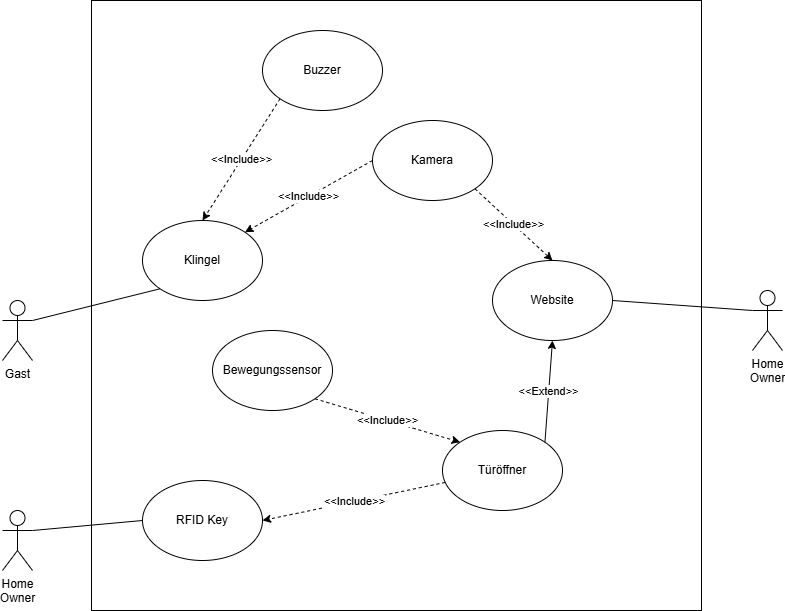
This is UseCase Diagramm.drawio.png from JustJ4Y/PI-SPACE-H-SECURITY, a draw.io export, as it was before one commit. Source tidied: cells renumbered, new cells last; positions are measured from the earlier drawing's top-left corner, leaving out a move shared by most shapes.
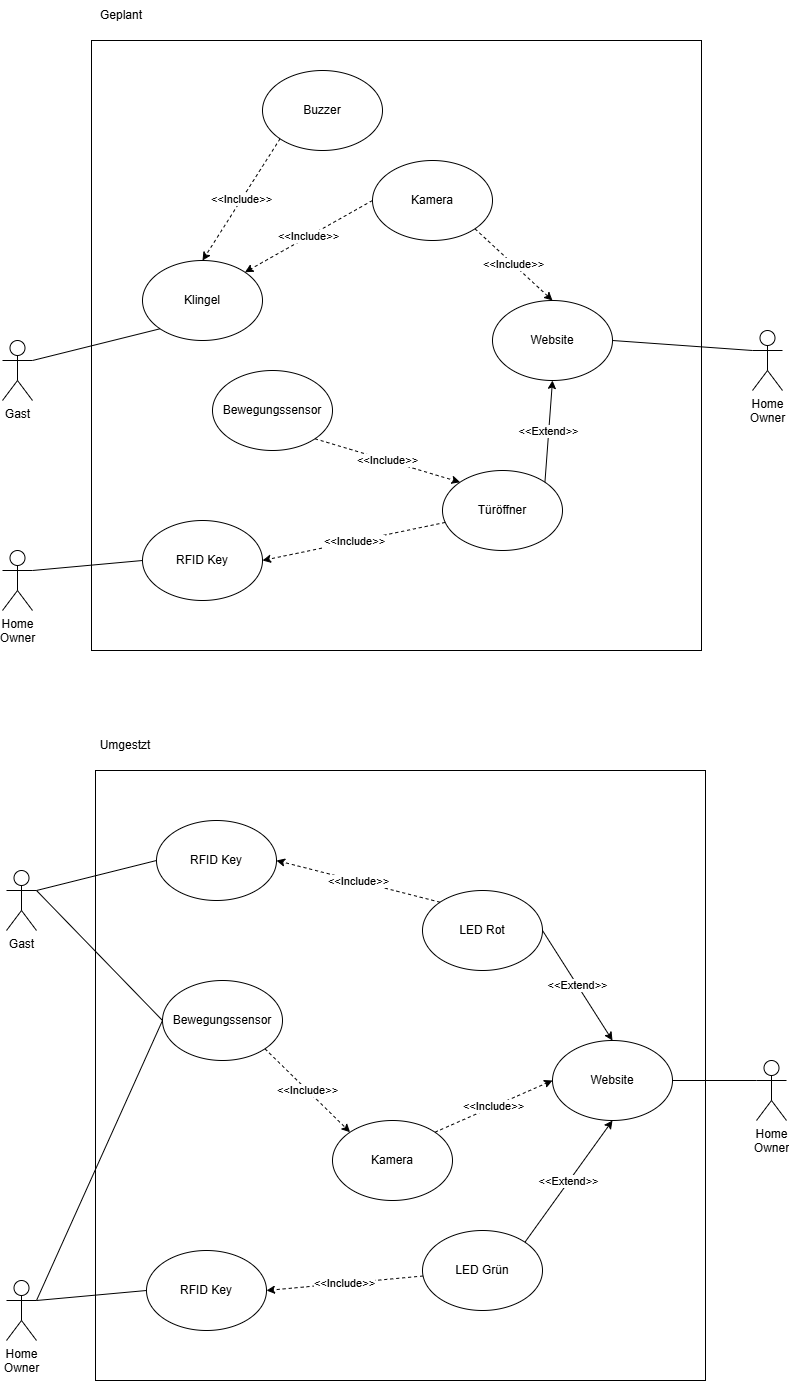
Above is the later version.

Change to the diagram source:
```diff
@@ -62,5 +62,77 @@
     <mxCell id="21" style="endArrow=none;html=1;rounded=0;exitX=1;exitY=0.3333333333333333;exitDx=0;exitDy=0;exitPerimeter=0;entryX=0;entryY=0.5;entryDx=0;entryDy=0;" parent="1" edge="1" source="18" target="19">
       <mxGeometry relative="1" as="geometry" />
     </mxCell>
+    <mxCell id="22" value="Geplant" style="text;html=1;whiteSpace=wrap;strokeColor=none;fillColor=none;align=center;verticalAlign=middle;rounded=0;" parent="1" vertex="1">
+      <mxGeometry x="89" y="-40" width="60" height="30" as="geometry" />
+    </mxCell>
+    <mxCell id="23" style="whiteSpace=wrap;html=1;" parent="1" vertex="1">
+      <mxGeometry x="93" y="730" width="610" height="610" as="geometry" />
+    </mxCell>
+    <mxCell id="24" value="Gast" style="shape=umlActor;verticalLabelPosition=bottom;verticalAlign=top;html=1;outlineConnect=0;" parent="1" vertex="1">
+      <mxGeometry x="4" y="830" width="30" height="60" as="geometry" />
+    </mxCell>
+    <mxCell id="25" value="RFID Key" style="ellipse;whiteSpace=wrap;html=1;" parent="1" vertex="1">
+      <mxGeometry x="154" y="780" width="120" height="80" as="geometry" />
+    </mxCell>
+    <mxCell id="26" value="Kamera" style="ellipse;whiteSpace=wrap;html=1;" parent="1" vertex="1">
+      <mxGeometry x="330" y="1080" width="120" height="80" as="geometry" />
+    </mxCell>
+    <mxCell id="27" style="endArrow=none;html=1;rounded=0;exitX=1;exitY=0.3333333333333333;exitDx=0;exitDy=0;exitPerimeter=0;entryX=0;entryY=0.5;entryDx=0;entryDy=0;" parent="1" edge="1" source="24" target="25">
+      <mxGeometry relative="1" as="geometry" />
+    </mxCell>
+    <mxCell id="28" value="Home&lt;div&gt;Owner&lt;/div&gt;" style="shape=umlActor;verticalLabelPosition=bottom;verticalAlign=top;html=1;outlineConnect=0;" parent="1" vertex="1">
+      <mxGeometry x="754" y="1020" width="30" height="60" as="geometry" />
+    </mxCell>
+    <mxCell id="29" value="Website" style="ellipse;whiteSpace=wrap;html=1;" parent="1" vertex="1">
+      <mxGeometry x="550" y="1000" width="120" height="80" as="geometry" />
+    </mxCell>
+    <mxCell id="30" value="&amp;lt;&amp;lt;Include&amp;gt;&amp;gt;" style="endArrow=classic;html=1;rounded=0;entryX=0;entryY=0.5;entryDx=0;entryDy=0;exitX=1;exitY=0;exitDx=0;exitDy=0;dashed=1;" parent="1" edge="1" source="26" target="29">
+      <mxGeometry relative="1" as="geometry" />
+    </mxCell>
+    <mxCell id="31" value="Bewegungssensor" style="ellipse;whiteSpace=wrap;html=1;" parent="1" vertex="1">
+      <mxGeometry x="160" y="940" width="120" height="80" as="geometry" />
+    </mxCell>
+    <mxCell id="32" style="endArrow=none;html=1;rounded=0;entryX=0;entryY=0.3333333333333333;entryDx=0;entryDy=0;entryPerimeter=0;exitX=1;exitY=0.5;exitDx=0;exitDy=0;" parent="1" edge="1" source="29" target="28">
+      <mxGeometry relative="1" as="geometry" />
+    </mxCell>
+    <mxCell id="33" value="LED Grün" style="ellipse;whiteSpace=wrap;html=1;" parent="1" vertex="1">
+      <mxGeometry x="420" y="1190" width="120" height="80" as="geometry" />
+    </mxCell>
+    <mxCell id="34" value="&amp;lt;&amp;lt;Extend&amp;gt;&amp;gt;" style="endArrow=classic;html=1;rounded=0;exitX=1;exitY=0;exitDx=0;exitDy=0;entryX=0.5;entryY=1;entryDx=0;entryDy=0;" parent="1" edge="1" source="33" target="29">
+      <mxGeometry relative="1" as="geometry" />
+    </mxCell>
+    <mxCell id="35" value="&amp;lt;&amp;lt;Include&amp;gt;&amp;gt;" style="endArrow=classic;html=1;rounded=0;exitX=1;exitY=1;exitDx=0;exitDy=0;entryX=0;entryY=0;entryDx=0;entryDy=0;dashed=1;" parent="1" edge="1" source="31" target="26">
+      <mxGeometry relative="1" as="geometry" />
+    </mxCell>
+    <mxCell id="36" value="Home&lt;div&gt;Owner&lt;/div&gt;" style="shape=umlActor;verticalLabelPosition=bottom;verticalAlign=top;html=1;outlineConnect=0;" parent="1" vertex="1">
+      <mxGeometry x="4" y="1240" width="30" height="60" as="geometry" />
+    </mxCell>
+    <mxCell id="37" value="RFID Key" style="ellipse;whiteSpace=wrap;html=1;" parent="1" vertex="1">
+      <mxGeometry x="144" y="1210" width="120" height="80" as="geometry" />
+    </mxCell>
+    <mxCell id="38" value="&amp;lt;&amp;lt;Include&amp;gt;&amp;gt;" style="endArrow=classic;html=1;rounded=0;entryX=1;entryY=0.5;entryDx=0;entryDy=0;dashed=1;" parent="1" edge="1" source="33" target="37">
+      <mxGeometry relative="1" as="geometry" />
+    </mxCell>
+    <mxCell id="39" style="endArrow=none;html=1;rounded=0;exitX=1;exitY=0.3333333333333333;exitDx=0;exitDy=0;exitPerimeter=0;entryX=0;entryY=0.5;entryDx=0;entryDy=0;" parent="1" edge="1" source="36" target="37">
+      <mxGeometry relative="1" as="geometry" />
+    </mxCell>
+    <mxCell id="40" value="Umgestzt" style="text;html=1;whiteSpace=wrap;strokeColor=none;fillColor=none;align=center;verticalAlign=middle;rounded=0;" parent="1" vertex="1">
+      <mxGeometry x="93" y="690" width="60" height="30" as="geometry" />
+    </mxCell>
+    <mxCell id="41" value="LED Rot" style="ellipse;whiteSpace=wrap;html=1;" parent="1" vertex="1">
+      <mxGeometry x="420" y="850" width="120" height="80" as="geometry" />
+    </mxCell>
+    <mxCell id="42" value="&amp;lt;&amp;lt;Include&amp;gt;&amp;gt;" style="endArrow=classic;html=1;rounded=0;entryX=1;entryY=0.5;entryDx=0;entryDy=0;dashed=1;exitX=0;exitY=0;exitDx=0;exitDy=0;" parent="1" edge="1" source="41" target="25">
+      <mxGeometry relative="1" as="geometry" />
+    </mxCell>
+    <mxCell id="43" value="&amp;lt;&amp;lt;Extend&amp;gt;&amp;gt;" style="endArrow=classic;html=1;rounded=0;exitX=1;exitY=0.5;exitDx=0;exitDy=0;entryX=0.5;entryY=0;entryDx=0;entryDy=0;" parent="1" edge="1" source="41" target="29">
+      <mxGeometry relative="1" as="geometry" />
+    </mxCell>
+    <mxCell id="44" style="endArrow=none;html=1;rounded=0;entryX=0;entryY=0.5;entryDx=0;entryDy=0;exitX=1;exitY=0.3333333333333333;exitDx=0;exitDy=0;exitPerimeter=0;" parent="1" edge="1" source="24" target="31">
+      <mxGeometry relative="1" as="geometry" />
+    </mxCell>
+    <mxCell id="45" style="endArrow=none;html=1;rounded=0;exitX=1;exitY=0.3333333333333333;exitDx=0;exitDy=0;exitPerimeter=0;entryX=0;entryY=0.5;entryDx=0;entryDy=0;" parent="1" edge="1" source="36" target="31">
+      <mxGeometry relative="1" as="geometry" />
+    </mxCell>
   </root>
 </mxGraphModel>
```
